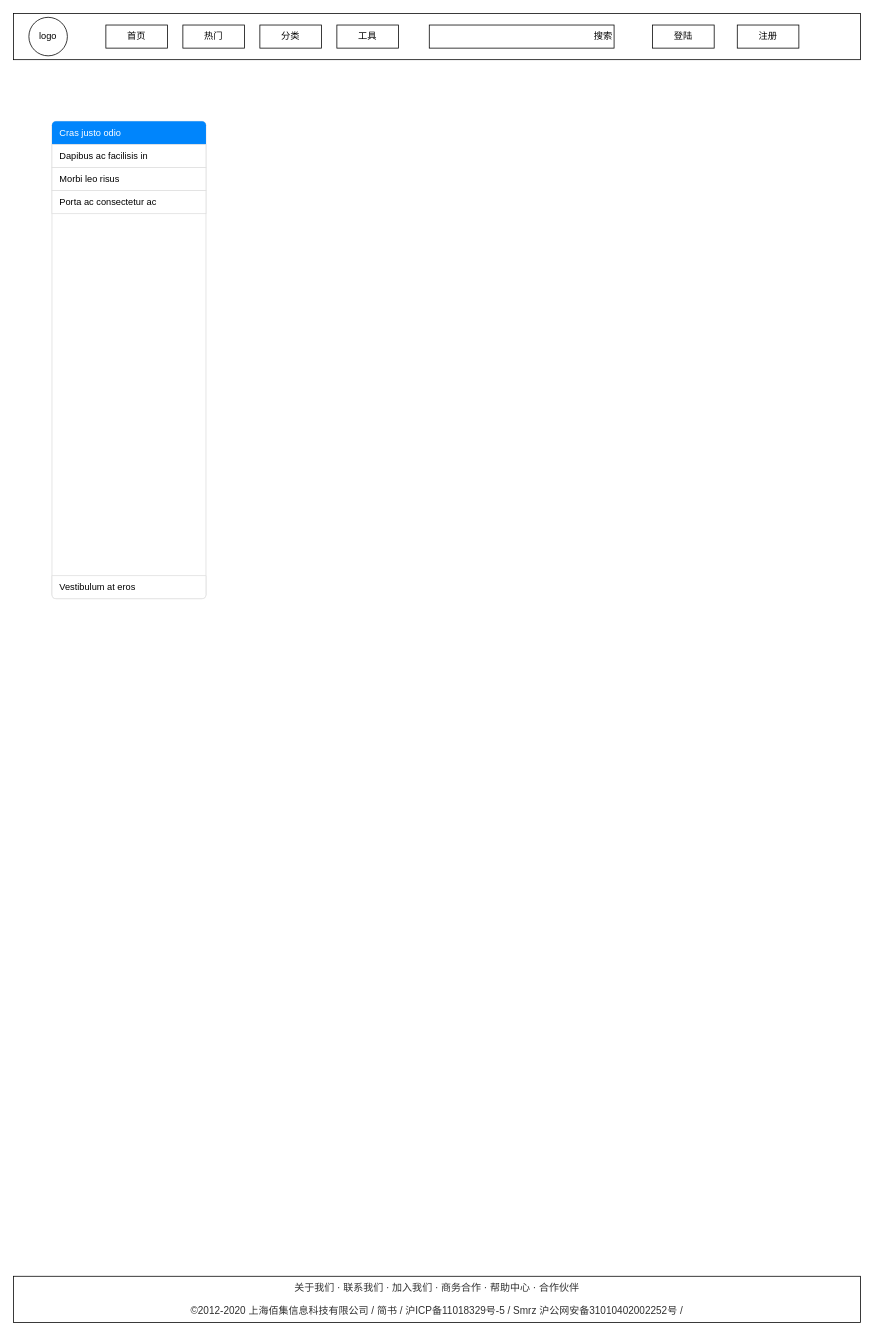
Before: page "tools" (19 of 19) of gif.drawio in goldmine/base, a draw.io diagram. Source tidied: cells renumbered, new cells numbered last; positions are measured from the earlier drawing's top-left corner, leaving out a move shared by most shapes. Both pictures are drawn from the tidied source at 77%, with x=0, y=0 at pixel (13, 13).
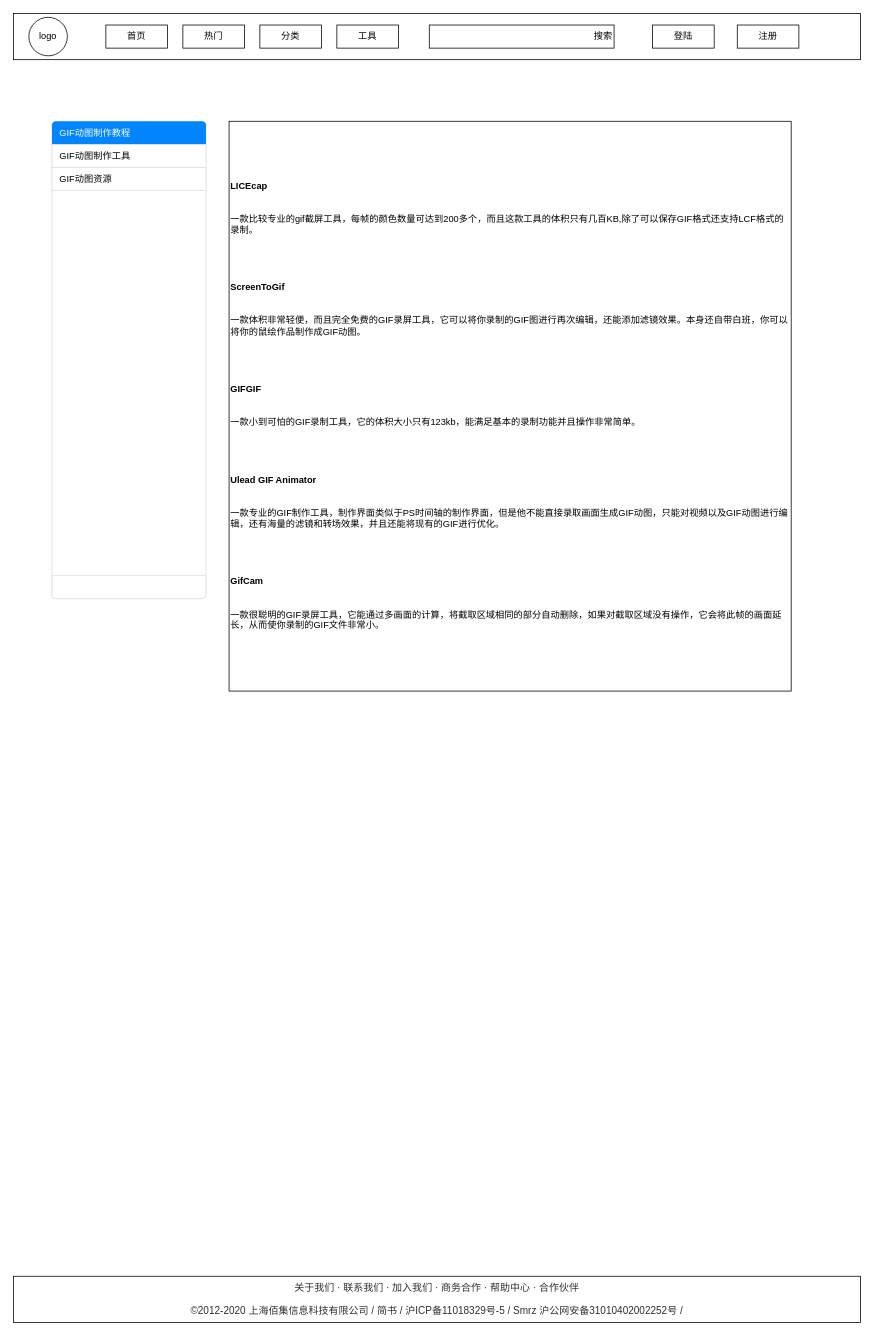
The same diagram, later.

Unchanged cells that the change refers to:
```xml
<mxCell id="13" style="html=1;shadow=0;dashed=0;shape=mxgraph.bootstrap.rrect;rSize=5;strokeColor=#DFDFDF;html=1;whiteSpace=wrap;fillColor=#FFFFFF;fontColor=#000000;" parent="1" vertex="1">
  <mxGeometry x="50" y="140" width="200" height="620" as="geometry" />
</mxCell>
```

What changed in the source:
```diff
@@
-    <mxCell id="14" value="Cras justo odio" style="html=1;shadow=0;dashed=0;shape=mxgraph.bootstrap.topButton;rSize=5;strokeColor=none;fillColor=#0085FC;fontColor=#ffffff;perimeter=none;whiteSpace=wrap;align=left;spacing=10;" parent="13" vertex="1">
+    <mxCell id="14" value="GIF动图制作教程" style="html=1;shadow=0;dashed=0;shape=mxgraph.bootstrap.topButton;rSize=5;strokeColor=none;fillColor=#0085FC;fontColor=#ffffff;perimeter=none;whiteSpace=wrap;align=left;spacing=10;" parent="13" vertex="1">
       <mxGeometry width="200" height="30" relative="1" as="geometry" />
     </mxCell>
-    <mxCell id="15" value="Dapibus ac facilisis in" style="strokeColor=inherit;fillColor=inherit;gradientColor=inherit;fontColor=inherit;html=1;shadow=0;dashed=0;perimeter=none;whiteSpace=wrap;align=left;spacing=10;" parent="13" vertex="1">
+    <mxCell id="15" value="GIF动图制作工具" style="strokeColor=inherit;fillColor=inherit;gradientColor=inherit;fontColor=inherit;html=1;shadow=0;dashed=0;perimeter=none;whiteSpace=wrap;align=left;spacing=10;" parent="13" vertex="1">
       <mxGeometry width="200" height="30" relative="1" as="geometry">
         <mxPoint y="30" as="offset" />
       </mxGeometry>
     </mxCell>
-    <mxCell id="16" value="Morbi leo risus" style="strokeColor=inherit;fillColor=inherit;gradientColor=inherit;fontColor=inherit;html=1;shadow=0;dashed=0;perimeter=none;whiteSpace=wrap;align=left;spacing=10;" parent="13" vertex="1">
+    <mxCell id="16" value="GIF动图资源" style="strokeColor=inherit;fillColor=inherit;gradientColor=inherit;fontColor=inherit;html=1;shadow=0;dashed=0;perimeter=none;whiteSpace=wrap;align=left;spacing=10;" parent="13" vertex="1">
       <mxGeometry width="200" height="30" relative="1" as="geometry">
         <mxPoint y="60" as="offset" />
       </mxGeometry>
     </mxCell>
-    <mxCell id="17" value="Porta ac consectetur ac" style="strokeColor=inherit;fillColor=inherit;gradientColor=inherit;fontColor=inherit;html=1;shadow=0;dashed=0;perimeter=none;whiteSpace=wrap;align=left;spacing=10;" parent="13" vertex="1">
-      <mxGeometry width="200" height="30" relative="1" as="geometry">
-        <mxPoint y="90" as="offset" />
-      </mxGeometry>
-    </mxCell>
-    <mxCell id="18" value="Vestibulum at eros" style="strokeColor=inherit;fillColor=inherit;gradientColor=inherit;fontColor=inherit;html=1;shadow=0;dashed=0;shape=mxgraph.bootstrap.bottomButton;rSize=5;perimeter=none;whiteSpace=wrap;align=left;spacing=10;" parent="13" vertex="1">
+    <mxCell id="18" style="strokeColor=inherit;fillColor=inherit;gradientColor=inherit;fontColor=inherit;html=1;shadow=0;dashed=0;shape=mxgraph.bootstrap.bottomButton;rSize=5;perimeter=none;whiteSpace=wrap;align=left;spacing=10;" parent="13" vertex="1">
       <mxGeometry y="1" width="200" height="30" relative="1" as="geometry">
         <mxPoint y="-30" as="offset" />
       </mxGeometry>
     </mxCell>
+    <mxCell id="19" value="&lt;p style=&quot;margin: 1.4em 0px&quot;&gt;&lt;span style=&quot;font-weight: 600&quot;&gt;LICEcap&lt;/span&gt;&lt;/p&gt;&lt;p class=&quot;ztext-empty-paragraph&quot; style=&quot;margin: -0.8em 0px&quot;&gt;&lt;br&gt;&lt;/p&gt;&lt;p style=&quot;margin: 1.4em 0px&quot;&gt;一款比较专业的gif截屏工具，每帧的颜色数量可达到200多个，而且这款工具的体积只有几百KB,除了可以保存GIF格式还支持LCF格式的录制。&lt;/p&gt;&lt;p class=&quot;ztext-empty-paragraph&quot; style=&quot;margin: -0.8em 0px&quot;&gt;&lt;br&gt;&lt;/p&gt;&lt;p class=&quot;ztext-empty-paragraph&quot; style=&quot;margin: 1.4em 0px&quot;&gt;&lt;br&gt;&lt;/p&gt;&lt;p style=&quot;margin: 1.4em 0px&quot;&gt;&lt;span style=&quot;font-weight: 600&quot;&gt;ScreenToGif&lt;/span&gt;&lt;/p&gt;&lt;p class=&quot;ztext-empty-paragraph&quot; style=&quot;margin: -0.8em 0px&quot;&gt;&lt;br&gt;&lt;/p&gt;&lt;p style=&quot;margin: 1.4em 0px&quot;&gt;一款体积非常轻便，而且完全免费的GIF录屏工具，它可以将你录制的GIF图进行再次编辑，还能添加滤镜效果。本身还自带白班，你可以将你的鼠绘作品制作成GIF动图。&lt;/p&gt;&lt;p class=&quot;ztext-empty-paragraph&quot; style=&quot;margin: -0.8em 0px&quot;&gt;&lt;br&gt;&lt;/p&gt;&lt;p class=&quot;ztext-empty-paragraph&quot; style=&quot;margin: 1.4em 0px&quot;&gt;&lt;br&gt;&lt;/p&gt;&lt;p style=&quot;margin: 1.4em 0px&quot;&gt;&lt;span style=&quot;font-weight: 600&quot;&gt;GIFGIF&lt;/span&gt;&lt;/p&gt;&lt;p class=&quot;ztext-empty-paragraph&quot; style=&quot;margin: -0.8em 0px&quot;&gt;&lt;br&gt;&lt;/p&gt;&lt;p style=&quot;margin: 1.4em 0px&quot;&gt;一款小到可怕的GIF录制工具，它的体积大小只有123kb，能满足基本的录制功能并且操作非常简单。&lt;/p&gt;&lt;p class=&quot;ztext-empty-paragraph&quot; style=&quot;margin: -0.8em 0px&quot;&gt;&lt;br&gt;&lt;/p&gt;&lt;p class=&quot;ztext-empty-paragraph&quot; style=&quot;margin: 1.4em 0px&quot;&gt;&lt;br&gt;&lt;/p&gt;&lt;p style=&quot;margin: 1.4em 0px&quot;&gt;&lt;span style=&quot;font-weight: 600&quot;&gt;Ulead GIF Animator&lt;/span&gt;&lt;/p&gt;&lt;p class=&quot;ztext-empty-paragraph&quot; style=&quot;margin: -0.8em 0px&quot;&gt;&lt;br&gt;&lt;/p&gt;&lt;p style=&quot;margin: 1.4em 0px&quot;&gt;一款专业的GIF制作工具，制作界面类似于PS时间轴的制作界面，但是他不能直接录取画面生成GIF动图，只能对视频以及GIF动图进行编辑，还有海量的滤镜和转场效果，并且还能将现有的GIF进行优化。&lt;/p&gt;&lt;p class=&quot;ztext-empty-paragraph&quot; style=&quot;margin: -0.8em 0px&quot;&gt;&lt;br&gt;&lt;/p&gt;&lt;p class=&quot;ztext-empty-paragraph&quot; style=&quot;margin: 1.4em 0px&quot;&gt;&lt;br&gt;&lt;/p&gt;&lt;p style=&quot;margin: 1.4em 0px&quot;&gt;&lt;span style=&quot;font-weight: 600&quot;&gt;GifCam&lt;/span&gt;&lt;/p&gt;&lt;p class=&quot;ztext-empty-paragraph&quot; style=&quot;margin: -0.8em 0px&quot;&gt;&lt;br&gt;&lt;/p&gt;&lt;p style=&quot;margin: 1.4em 0px&quot;&gt;一款很聪明的GIF录屏工具，它能通过多画面的计算，将截取区域相同的部分自动删除，如果对截取区域没有操作，它会将此帧的画面延长，从而使你录制的GIF文件非常小。&lt;/p&gt;&lt;p class=&quot;ztext-empty-paragraph&quot; style=&quot;margin: -0.8em 0px&quot;&gt;&lt;br style=&quot;color: rgb(18 , 18 , 18) ; font-family: , &amp;quot;blinkmacsystemfont&amp;quot; , &amp;quot;helvetica neue&amp;quot; , &amp;quot;pingfang sc&amp;quot; , &amp;quot;microsoft yahei&amp;quot; , &amp;quot;source han sans sc&amp;quot; , &amp;quot;noto sans cjk sc&amp;quot; , &amp;quot;wenquanyi micro hei&amp;quot; , sans-serif ; font-size: medium ; background-color: rgb(255 , 255 , 255)&quot;&gt;&lt;/p&gt;" style="rounded=0;whiteSpace=wrap;html=1;align=left;" parent="1" vertex="1">
+      <mxGeometry x="280" y="140" width="730" height="740" as="geometry" />
+    </mxCell>
```
